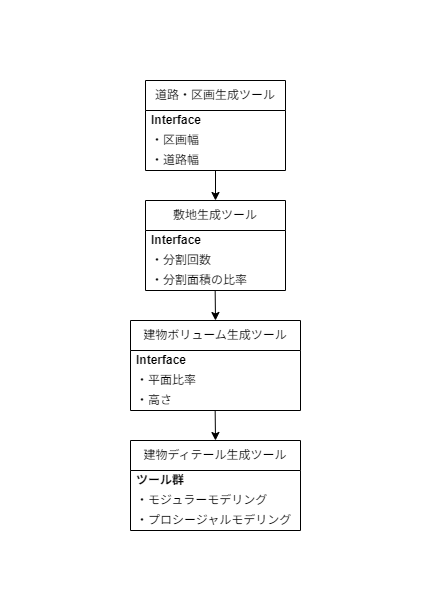
Before: PF/Drawio/CityGenerator_UML.png, a diagram exported from draw.io (uminchegject/ToDo). Source tidied: cells renumbered, new cells last; positions are measured from the earlier drawing's top-left corner, leaving out a move shared by most shapes. Its diagram source:
```xml
<mxGraphModel>
  <root>
    <mxCell id="0" />
    <mxCell id="1" parent="0" />
    <mxCell id="2" style="edgeStyle=none;html=1;" parent="1" edge="1">
      <mxGeometry relative="1" as="geometry">
        <mxPoint x="215" y="170" as="sourcePoint" />
        <mxPoint x="215" y="200" as="targetPoint" />
      </mxGeometry>
    </mxCell>
    <mxCell id="3" value="道路・区画生成ツール" style="swimlane;fontStyle=0;horizontal=1;startSize=30;whiteSpace=wrap;html=1;" parent="1" vertex="1">
      <mxGeometry x="145" y="80" width="140" height="90" as="geometry" />
    </mxCell>
    <mxCell id="4" value="&lt;b&gt;Interface&lt;/b&gt;" style="text;strokeColor=none;fillColor=none;align=left;verticalAlign=middle;spacingLeft=4;spacingRight=4;overflow=hidden;whiteSpace=wrap;html=1;" parent="3" vertex="1">
      <mxGeometry y="30" width="140" height="20" as="geometry" />
    </mxCell>
    <mxCell id="5" value="・区画幅" style="text;strokeColor=none;fillColor=none;align=left;verticalAlign=middle;spacingLeft=4;spacingRight=4;overflow=hidden;whiteSpace=wrap;html=1;" parent="3" vertex="1">
      <mxGeometry y="50" width="140" height="20" as="geometry" />
    </mxCell>
    <mxCell id="6" value="・道路幅" style="text;strokeColor=none;fillColor=none;align=left;verticalAlign=middle;spacingLeft=4;spacingRight=4;overflow=hidden;whiteSpace=wrap;html=1;" parent="3" vertex="1">
      <mxGeometry y="70" width="140" height="20" as="geometry" />
    </mxCell>
    <mxCell id="7" value="敷地生成ツール" style="swimlane;fontStyle=0;horizontal=1;startSize=30;whiteSpace=wrap;html=1;" parent="1" vertex="1">
      <mxGeometry x="145" y="200" width="140" height="90" as="geometry" />
    </mxCell>
    <mxCell id="8" value="&lt;b&gt;Interface&lt;/b&gt;" style="text;strokeColor=none;fillColor=none;align=left;verticalAlign=middle;spacingLeft=4;spacingRight=4;overflow=hidden;whiteSpace=wrap;html=1;" parent="7" vertex="1">
      <mxGeometry y="30" width="140" height="20" as="geometry" />
    </mxCell>
    <mxCell id="9" value="・分割回数" style="text;strokeColor=none;fillColor=none;align=left;verticalAlign=middle;spacingLeft=4;spacingRight=4;overflow=hidden;whiteSpace=wrap;html=1;" parent="7" vertex="1">
      <mxGeometry y="50" width="140" height="20" as="geometry" />
    </mxCell>
    <mxCell id="10" value="・分割面積の比率" style="text;strokeColor=none;fillColor=none;align=left;verticalAlign=middle;spacingLeft=4;spacingRight=4;overflow=hidden;whiteSpace=wrap;html=1;" parent="7" vertex="1">
      <mxGeometry y="70" width="140" height="20" as="geometry" />
    </mxCell>
    <mxCell id="11" value="建物ボリューム生成ツール" style="swimlane;fontStyle=0;horizontal=1;startSize=30;whiteSpace=wrap;html=1;" parent="1" vertex="1">
      <mxGeometry x="130" y="320" width="170" height="90" as="geometry" />
    </mxCell>
    <mxCell id="12" value="&lt;b&gt;Interface&lt;/b&gt;" style="text;strokeColor=none;fillColor=none;align=left;verticalAlign=middle;spacingLeft=4;spacingRight=4;overflow=hidden;whiteSpace=wrap;html=1;" parent="11" vertex="1">
      <mxGeometry y="30" width="170" height="20" as="geometry" />
    </mxCell>
    <mxCell id="13" value="・平面比率" style="text;strokeColor=none;fillColor=none;align=left;verticalAlign=middle;spacingLeft=4;spacingRight=4;overflow=hidden;whiteSpace=wrap;html=1;" parent="11" vertex="1">
      <mxGeometry y="50" width="170" height="20" as="geometry" />
    </mxCell>
    <mxCell id="14" value="・高さ" style="text;strokeColor=none;fillColor=none;align=left;verticalAlign=middle;spacingLeft=4;spacingRight=4;overflow=hidden;whiteSpace=wrap;html=1;" parent="11" vertex="1">
      <mxGeometry y="70" width="170" height="20" as="geometry" />
    </mxCell>
    <mxCell id="15" style="edgeStyle=none;html=1;" parent="1" edge="1">
      <mxGeometry relative="1" as="geometry">
        <mxPoint x="214.7" y="290" as="sourcePoint" />
        <mxPoint x="215" y="320" as="targetPoint" />
      </mxGeometry>
    </mxCell>
    <mxCell id="16" value="建物ディテール生成ツール" style="swimlane;fontStyle=0;horizontal=1;startSize=30;whiteSpace=wrap;html=1;" parent="1" vertex="1">
      <mxGeometry x="130" y="440" width="170" height="90" as="geometry" />
    </mxCell>
    <mxCell id="17" value="&lt;b&gt;ツール群&lt;/b&gt;" style="text;strokeColor=none;fillColor=none;align=left;verticalAlign=middle;spacingLeft=4;spacingRight=4;overflow=hidden;whiteSpace=wrap;html=1;" parent="16" vertex="1">
      <mxGeometry y="30" width="170" height="20" as="geometry" />
    </mxCell>
    <mxCell id="18" value="・モジュラーモデリング" style="text;strokeColor=none;fillColor=none;align=left;verticalAlign=middle;spacingLeft=4;spacingRight=4;overflow=hidden;whiteSpace=wrap;html=1;" parent="16" vertex="1">
      <mxGeometry y="50" width="170" height="20" as="geometry" />
    </mxCell>
    <mxCell id="19" value="・プロシージャルモデリング" style="text;strokeColor=none;fillColor=none;align=left;verticalAlign=middle;spacingLeft=4;spacingRight=4;overflow=hidden;whiteSpace=wrap;html=1;" parent="16" vertex="1">
      <mxGeometry y="70" width="170" height="20" as="geometry" />
    </mxCell>
    <mxCell id="20" style="edgeStyle=none;html=1;" parent="1" edge="1">
      <mxGeometry relative="1" as="geometry">
        <mxPoint x="214.7" y="410" as="sourcePoint" />
        <mxPoint x="215" y="440" as="targetPoint" />
      </mxGeometry>
    </mxCell>
    <mxCell id="21" style="rounded=0;whiteSpace=wrap;html=1;strokeColor=none;fillColor=none;" parent="1" vertex="1">
      <mxGeometry width="30" height="30" as="geometry" />
    </mxCell>
    <mxCell id="22" style="rounded=0;whiteSpace=wrap;html=1;strokeColor=none;fillColor=none;" parent="1" vertex="1">
      <mxGeometry x="400" y="570" width="30" height="30" as="geometry" />
    </mxCell>
  </root>
</mxGraphModel>
```
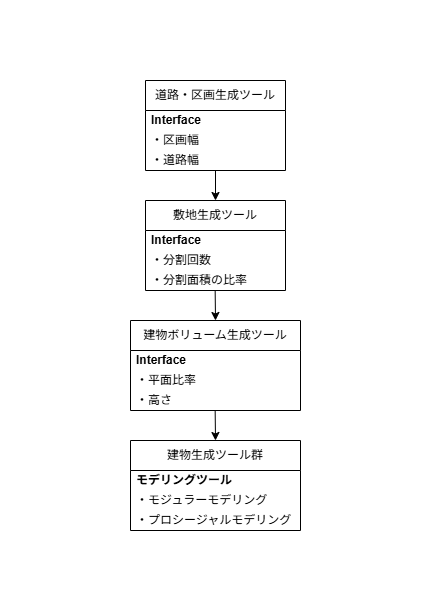
After the change.

Change to the diagram source:
```diff
@@ -50,10 +50,10 @@
         <mxPoint x="215" y="320" as="targetPoint" />
       </mxGeometry>
     </mxCell>
-    <mxCell id="16" value="建物ディテール生成ツール" style="swimlane;fontStyle=0;horizontal=1;startSize=30;whiteSpace=wrap;html=1;" parent="1" vertex="1">
+    <mxCell id="16" value="建物生成ツール群" style="swimlane;fontStyle=0;horizontal=1;startSize=30;whiteSpace=wrap;html=1;" parent="1" vertex="1">
       <mxGeometry x="130" y="440" width="170" height="90" as="geometry" />
     </mxCell>
-    <mxCell id="17" value="&lt;b&gt;ツール群&lt;/b&gt;" style="text;strokeColor=none;fillColor=none;align=left;verticalAlign=middle;spacingLeft=4;spacingRight=4;overflow=hidden;whiteSpace=wrap;html=1;" parent="16" vertex="1">
+    <mxCell id="17" value="&lt;b&gt;モデリングツール&lt;/b&gt;" style="text;strokeColor=none;fillColor=none;align=left;verticalAlign=middle;spacingLeft=4;spacingRight=4;overflow=hidden;whiteSpace=wrap;html=1;" parent="16" vertex="1">
       <mxGeometry y="30" width="170" height="20" as="geometry" />
     </mxCell>
     <mxCell id="18" value="・モジュラーモデリング" style="text;strokeColor=none;fillColor=none;align=left;verticalAlign=middle;spacingLeft=4;spacingRight=4;overflow=hidden;whiteSpace=wrap;html=1;" parent="16" vertex="1">
```
